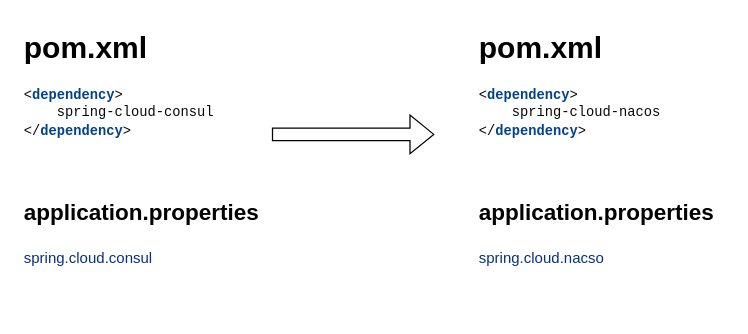
chenjinkai/drawstorage keeps this draw.io diagram as 应用Consul转Nacos.drawio. Above is the earlier version. Source tidied: cells renumbered, new cells numbered last; positions are measured from the earlier drawing's top-left corner, leaving out a move shared by most shapes. Both pictures are drawn from the tidied source at 125%, with x=0, y=0 at pixel (21, 21).
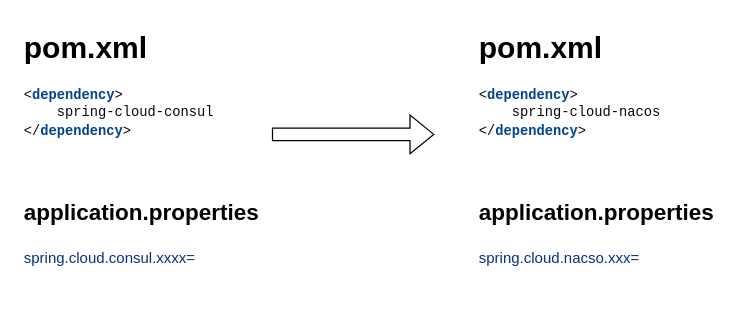
The same diagram, later.

Commit message (it also covers changes not shown here):
更新应用Consul转Nacos.drawio

Diff of the diagram source:
```diff
@@
 <mxGraphModel>
   <root>
     <mxCell id="0" />
     <mxCell id="1" parent="0" />
     <mxCell id="2" value="&lt;h1 style=&quot;margin-top: 0px;&quot;&gt;pom.xml&lt;/h1&gt;&lt;div style=&quot;background-color:#ffffff;color:#080808&quot;&gt;&lt;pre style=&quot;font-family: &amp;quot;JetBrains Mono&amp;quot;, monospace;&quot;&gt;&lt;font style=&quot;font-size: 11px;&quot;&gt;&amp;lt;&lt;span style=&quot;color: rgb(0, 66, 140); font-weight: bold;&quot;&gt;dependency&lt;/span&gt;&amp;gt;&lt;br&gt;    spring-cloud-consul&lt;br&gt;&amp;lt;/&lt;span style=&quot;color: rgb(0, 66, 140); font-weight: bold;&quot;&gt;dependency&lt;/span&gt;&amp;gt;&lt;/font&gt;&lt;/pre&gt;&lt;/div&gt;" style="text;html=1;whiteSpace=wrap;overflow=hidden;rounded=0;" parent="1" vertex="1">
       <mxGeometry width="180" height="120" as="geometry" />
     </mxCell>
-    <mxCell id="3" value="&lt;h1 style=&quot;margin-top: 0px;&quot;&gt;&lt;font style=&quot;font-size: 18px;&quot;&gt;application.properties&lt;/font&gt;&lt;/h1&gt;&lt;p&gt;&lt;span style=&quot;color: #083080;&quot;&gt;spring.cloud.consul&lt;/span&gt;&lt;br&gt;&lt;/p&gt;" style="text;html=1;whiteSpace=wrap;overflow=hidden;rounded=0;" parent="1" vertex="1">
+    <mxCell id="3" value="&lt;h1 style=&quot;margin-top: 0px;&quot;&gt;&lt;font style=&quot;font-size: 18px;&quot;&gt;application.properties&lt;/font&gt;&lt;/h1&gt;&lt;p&gt;&lt;span style=&quot;color: #083080;&quot;&gt;spring.cloud.consul.xxxx=&lt;/span&gt;&lt;br&gt;&lt;/p&gt;" style="text;html=1;whiteSpace=wrap;overflow=hidden;rounded=0;" parent="1" vertex="1">
       <mxGeometry y="130" width="200" height="100" as="geometry" />
     </mxCell>
     <mxCell id="4" value="&lt;h1 style=&quot;margin-top: 0px;&quot;&gt;pom.xml&lt;/h1&gt;&lt;div style=&quot;background-color:#ffffff;color:#080808&quot;&gt;&lt;pre style=&quot;font-family: &amp;quot;JetBrains Mono&amp;quot;, monospace;&quot;&gt;&lt;font style=&quot;font-size: 11px;&quot;&gt;&amp;lt;&lt;span style=&quot;color: rgb(0, 66, 140); font-weight: bold;&quot;&gt;dependency&lt;/span&gt;&amp;gt;&lt;br&gt;    spring-cloud-nacos&lt;br&gt;&amp;lt;/&lt;span style=&quot;color: rgb(0, 66, 140); font-weight: bold;&quot;&gt;dependency&lt;/span&gt;&amp;gt;&lt;/font&gt;&lt;/pre&gt;&lt;/div&gt;" style="text;html=1;whiteSpace=wrap;overflow=hidden;rounded=0;" parent="1" vertex="1">
       <mxGeometry x="364" width="180" height="120" as="geometry" />
     </mxCell>
-    <mxCell id="5" value="&lt;h1 style=&quot;margin-top: 0px;&quot;&gt;&lt;font style=&quot;font-size: 18px;&quot;&gt;application.properties&lt;/font&gt;&lt;/h1&gt;&lt;p&gt;&lt;span style=&quot;color: #083080;&quot;&gt;spring.cloud.nacso&lt;/span&gt;&lt;br&gt;&lt;/p&gt;" style="text;html=1;whiteSpace=wrap;overflow=hidden;rounded=0;" parent="1" vertex="1">
+    <mxCell id="5" value="&lt;h1 style=&quot;margin-top: 0px;&quot;&gt;&lt;font style=&quot;font-size: 18px;&quot;&gt;application.properties&lt;/font&gt;&lt;/h1&gt;&lt;p&gt;&lt;span style=&quot;color: #083080;&quot;&gt;spring.cloud.nacso.xxx=&lt;/span&gt;&lt;br&gt;&lt;/p&gt;" style="text;html=1;whiteSpace=wrap;overflow=hidden;rounded=0;" parent="1" vertex="1">
       <mxGeometry x="364" y="130" width="200" height="100" as="geometry" />
     </mxCell>
     <mxCell id="6" style="shape=flexArrow;endArrow=classic;html=1;rounded=0;" parent="1" edge="1">
       <mxGeometry relative="1" as="geometry">
         <mxPoint x="200" y="90" as="sourcePoint" />
         <mxPoint x="330" y="90" as="targetPoint" />
       </mxGeometry>
     </mxCell>
   </root>
 </mxGraphModel>
```
